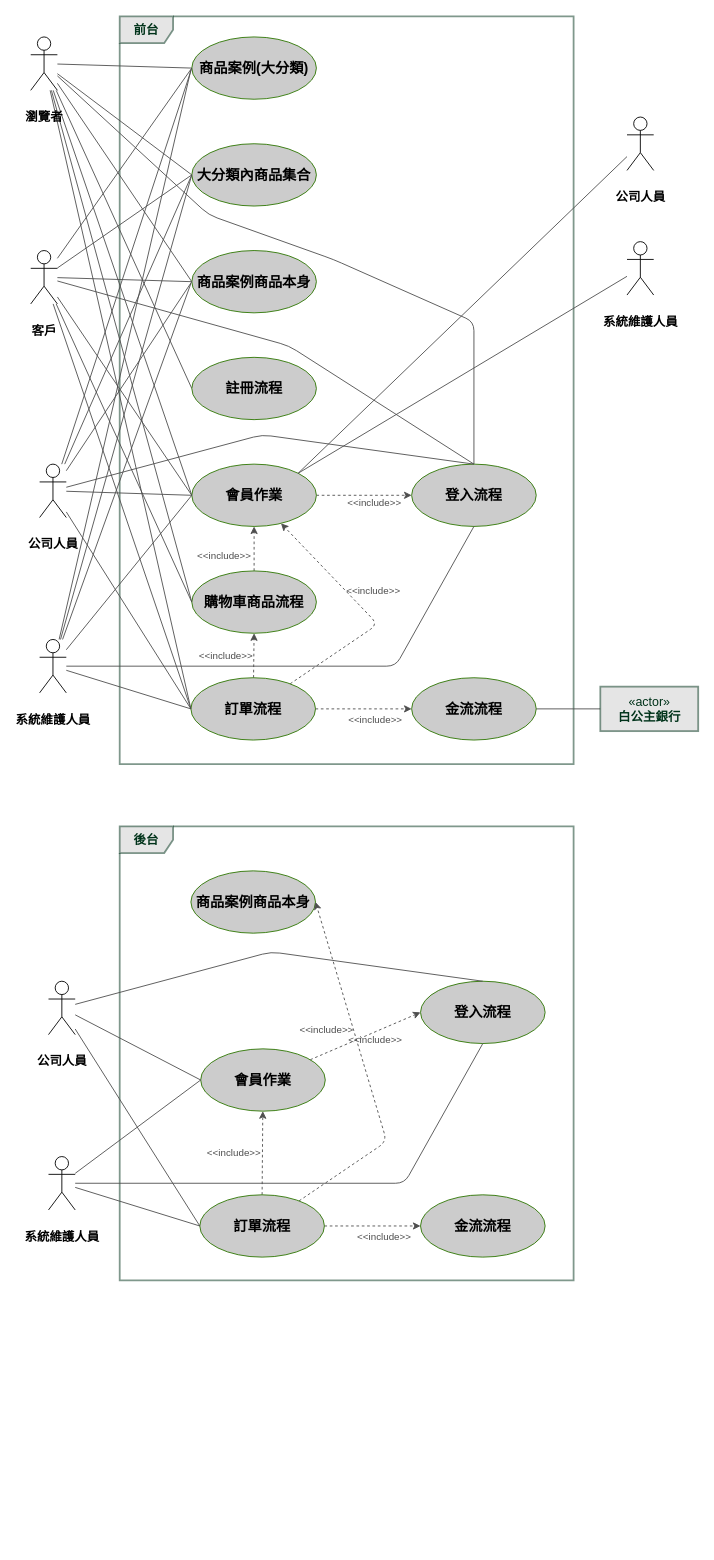
bbs305211/110-2Mid keeps this draw.io diagram as page "(b) 小題" (1 of 3) of sample1.drawio. Above is the earlier version. Source tidied: cells renumbered, new cells numbered last; positions are measured from the earlier drawing's top-left corner, leaving out a move shared by most shapes. Both pictures are drawn from the tidied source at 89%, with x=0, y=0 at pixel (30, 16).
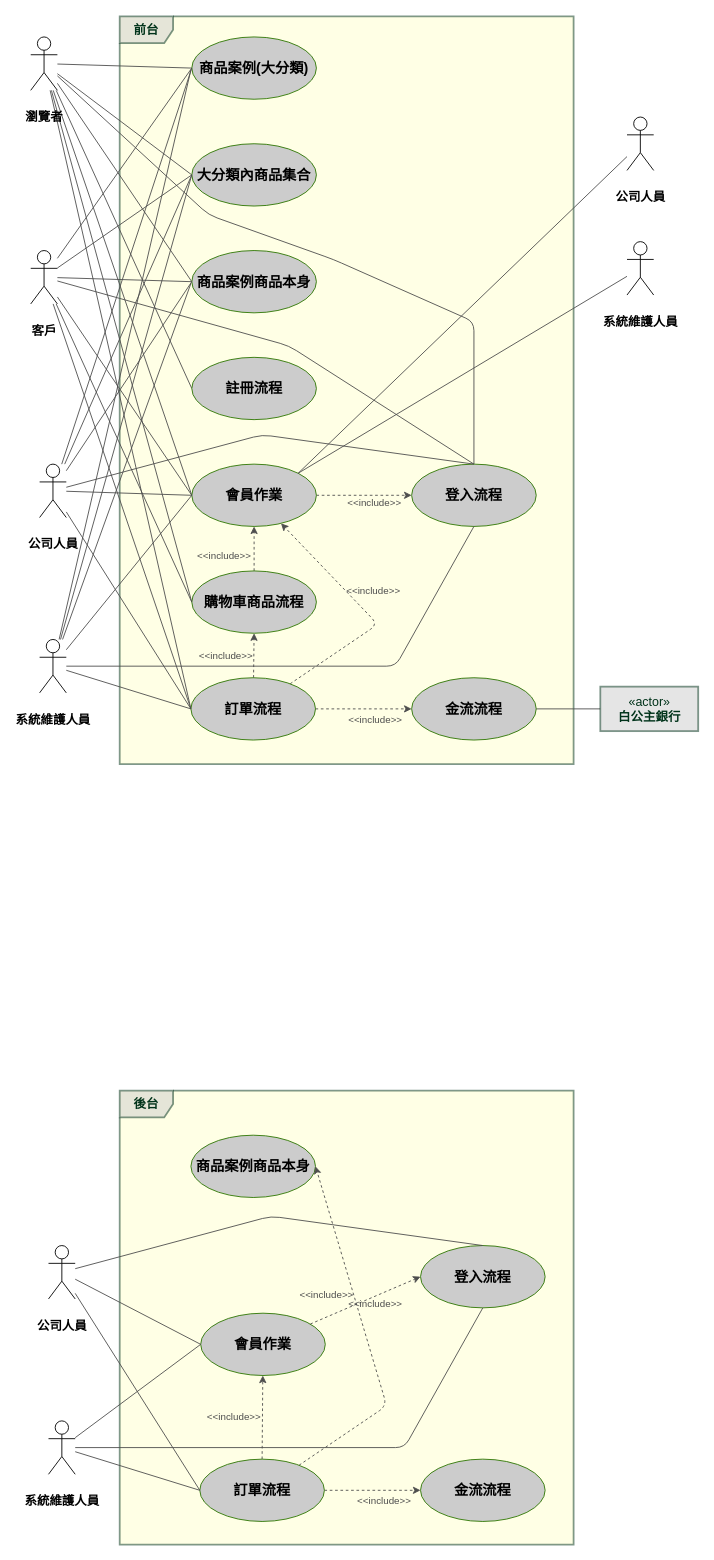
The same diagram, later.

Diff of the diagram source:
```diff
@@
-    <mxCell id="2" value="&lt;b&gt;前台&lt;/b&gt;" style="shape=umlFrame;whiteSpace=wrap;html=1;shadow=0;glass=0;labelBackgroundColor=none;fontSize=14;fontColor=#00331A;strokeColor=#00331A;strokeWidth=2;fillColor=#CCCCCC;gradientColor=none;opacity=50;" parent="1" vertex="1">
+    <mxCell id="2" value="&lt;b&gt;前台&lt;/b&gt;" style="shape=umlFrame;whiteSpace=wrap;html=1;shadow=0;glass=0;labelBackgroundColor=none;fontSize=14;fontColor=#00331A;strokeColor=#00331A;strokeWidth=2;fillColor=#CCCCCC;gradientColor=none;opacity=50;labelBorderColor=none;swimlaneFillColor=#FFFFCC;" parent="1" vertex="1">
       <mxGeometry x="100" width="510" height="840" as="geometry" />
     </mxCell>
@@
-    <mxCell id="58" value="&lt;b&gt;後台&lt;/b&gt;" style="shape=umlFrame;whiteSpace=wrap;html=1;shadow=0;glass=0;labelBackgroundColor=none;fontSize=14;fontColor=#00331A;strokeColor=#00331A;strokeWidth=2;fillColor=#CCCCCC;gradientColor=none;opacity=50;" parent="1" vertex="1">
-      <mxGeometry x="100" y="910" width="510" height="510" as="geometry" />
+    <mxCell id="58" value="&lt;b&gt;後台&lt;/b&gt;" style="shape=umlFrame;whiteSpace=wrap;html=1;shadow=0;glass=0;labelBackgroundColor=none;fontSize=14;fontColor=#00331A;strokeColor=#00331A;strokeWidth=2;fillColor=#CCCCCC;gradientColor=none;opacity=50;swimlaneFillColor=#FFFFCC;" parent="1" vertex="1">
+      <mxGeometry x="100" y="1207" width="510" height="510" as="geometry" />
     </mxCell>
     <mxCell id="59" style="edgeStyle=none;html=1;entryX=0;entryY=0.5;entryDx=0;entryDy=0;strokeColor=none;endArrow=none;endFill=0;" parent="1" edge="1">
       <mxGeometry relative="1" as="geometry">
-        <mxPoint x="30" y="954.5" as="sourcePoint" />
-        <mxPoint x="181" y="959" as="targetPoint" />
+        <mxPoint x="30" y="1251.5" as="sourcePoint" />
+        <mxPoint x="181" y="1256" as="targetPoint" />
       </mxGeometry>
     </mxCell>
     <mxCell id="60" value="商品案例商品本身" style="ellipse;whiteSpace=wrap;html=1;fontStyle=1;fontSize=16;fillColor=#CCCCCC;fontColor=#000000;strokeColor=#2D7600;" parent="1" vertex="1">
-      <mxGeometry x="180" y="960" width="140" height="70" as="geometry" />
+      <mxGeometry x="180" y="1257" width="140" height="70" as="geometry" />
     </mxCell>
     <mxCell id="61" value="登入流程" style="ellipse;whiteSpace=wrap;html=1;fontStyle=1;fontSize=16;fillColor=#CCCCCC;fontColor=#000000;strokeColor=#2D7600;" parent="1" vertex="1">
-      <mxGeometry x="438" y="1084" width="140" height="70" as="geometry" />
+      <mxGeometry x="438" y="1381" width="140" height="70" as="geometry" />
     </mxCell>
     <mxCell id="62" value="金流流程" style="ellipse;whiteSpace=wrap;html=1;fontStyle=1;fontSize=16;fillColor=#CCCCCC;fontColor=#000000;strokeColor=#2D7600;" parent="1" vertex="1">
-      <mxGeometry x="438" y="1324" width="140" height="70" as="geometry" />
+      <mxGeometry x="438" y="1621" width="140" height="70" as="geometry" />
     </mxCell>
@@
     <mxCell id="64" style="edgeStyle=none;html=1;dashed=1;startArrow=none;startFill=0;endArrow=classic;endFill=1;strokeColor=#4D4D4D;entryX=1;entryY=0.5;entryDx=0;entryDy=0;" parent="1" edge="1" source="68" target="60">
       <mxGeometry relative="1" as="geometry">
         <Array as="points">
-          <mxPoint x="400" y="1264" />
+          <mxPoint x="400" y="1561" />
         </Array>
       </mxGeometry>
     </mxCell>
@@
     <mxCell id="68" value="訂單流程" style="ellipse;whiteSpace=wrap;html=1;fontStyle=1;fontSize=16;fillColor=#CCCCCC;fontColor=#000000;strokeColor=#2D7600;" parent="1" vertex="1">
-      <mxGeometry x="190" y="1324" width="140" height="70" as="geometry" />
+      <mxGeometry x="190" y="1621" width="140" height="70" as="geometry" />
     </mxCell>
@@
     <mxCell id="71" value="會員作業" style="ellipse;whiteSpace=wrap;html=1;fontStyle=1;fontSize=16;fillColor=#CCCCCC;fontColor=#000000;strokeColor=#2D7600;" parent="1" vertex="1">
-      <mxGeometry x="191" y="1160" width="140" height="70" as="geometry" />
+      <mxGeometry x="191" y="1457" width="140" height="70" as="geometry" />
     </mxCell>
@@
     <mxCell id="73" style="edgeStyle=none;html=1;entryX=0.5;entryY=0;entryDx=0;entryDy=0;labelBackgroundColor=none;fontSize=14;fontColor=#00331A;startArrow=none;startFill=0;endArrow=none;endFill=0;strokeColor=#4D4D4D;" parent="1" edge="1" source="75" target="61">
       <mxGeometry relative="1" as="geometry">
         <Array as="points">
-          <mxPoint x="270" y="1051" />
+          <mxPoint x="270" y="1348" />
         </Array>
       </mxGeometry>
     </mxCell>
@@
     <mxCell id="75" value="公司人員" style="shape=umlActor;verticalLabelPosition=bottom;verticalAlign=middle;html=1;shadow=0;fillColor=none;gradientColor=none;strokeColor=#000000;fontColor=#000000;fontSize=14;fontStyle=1;" parent="1" vertex="1">
-      <mxGeometry x="20" y="1084" width="30" height="60" as="geometry" />
+      <mxGeometry x="20" y="1381" width="30" height="60" as="geometry" />
     </mxCell>
@@
     <mxCell id="78" style="edgeStyle=none;html=1;entryX=0.5;entryY=1;entryDx=0;entryDy=0;labelBackgroundColor=none;fontSize=14;fontColor=#00331A;startArrow=none;startFill=0;endArrow=none;endFill=0;strokeColor=#4D4D4D;" parent="1" edge="1" source="79" target="61">
       <mxGeometry relative="1" as="geometry">
         <Array as="points">
-          <mxPoint x="420" y="1311" />
+          <mxPoint x="420" y="1608" />
         </Array>
       </mxGeometry>
     </mxCell>
     <mxCell id="79" value="系統維護人員" style="shape=umlActor;verticalLabelPosition=bottom;verticalAlign=middle;html=1;shadow=0;fillColor=none;gradientColor=none;strokeColor=#000000;fontColor=#000000;fontSize=14;fontStyle=1;" parent="1" vertex="1">
-      <mxGeometry x="20" y="1281" width="30" height="60" as="geometry" />
+      <mxGeometry x="20" y="1578" width="30" height="60" as="geometry" />
     </mxCell>
```
